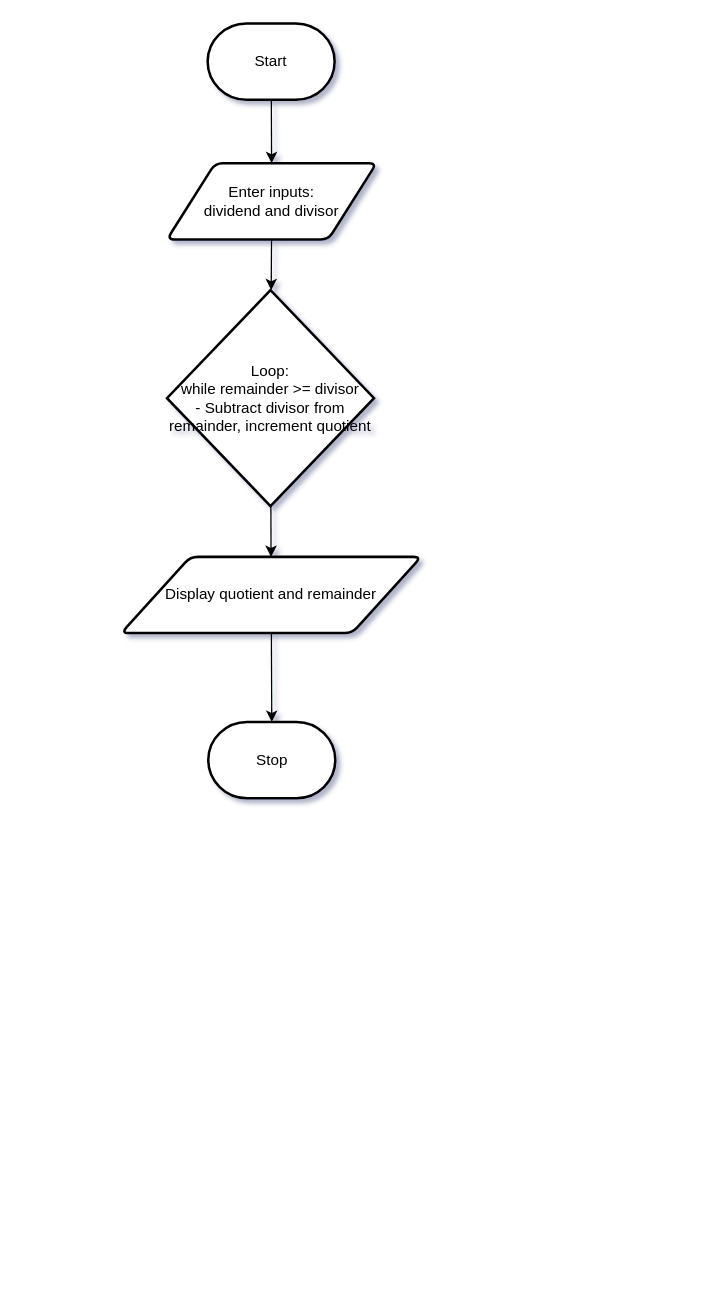
This is design/flowchart.drawio from MTHS-ICD2O-1-2023/ICD2O-Unit-5-08-tymofii-stepanov, a draw.io file, before an edit. Source tidied: cells renumbered, new cells numbered last; positions are measured from the earlier drawing's top-left corner, leaving out a move shared by most shapes. Both pictures are drawn from the tidied source at 127%, with x=0, y=0 at pixel (121, 23).
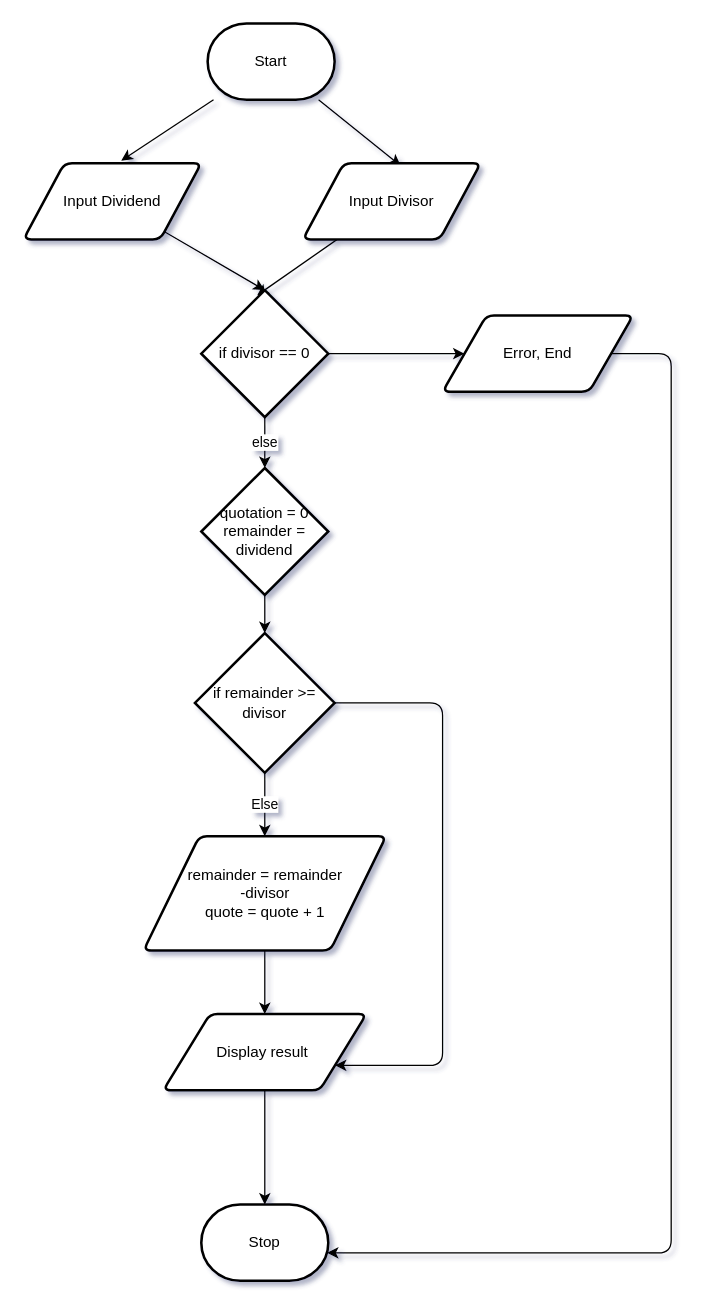
The same diagram, later.

Unchanged cells that the change refers to:
```xml
<mxCell id="3" value="Start" style="strokeWidth=2;html=1;shape=mxgraph.flowchart.terminator;whiteSpace=wrap;" parent="1" vertex="1">
  <mxGeometry x="68" width="100" height="60" as="geometry" />
</mxCell>
```

The edit, as a diff of the source:
```diff
@@
-    <mxCell id="2" style="edgeStyle=none;html=1;" parent="1" edge="1" source="3" target="6">
-      <mxGeometry relative="1" as="geometry" />
-    </mxCell>
+    <mxCell id="12" style="edgeStyle=none;html=1;entryX=0.55;entryY=0.033;entryDx=0;entryDy=0;entryPerimeter=0;" parent="1" edge="1" source="3" target="16">
+      <mxGeometry relative="1" as="geometry" />
+    </mxCell>
+    <mxCell id="13" style="edgeStyle=none;html=1;entryX=0.55;entryY=-0.033;entryDx=0;entryDy=0;entryPerimeter=0;" parent="1" edge="1" source="3" target="10">
+      <mxGeometry relative="1" as="geometry" />
+    </mxCell>
@@
     <mxCell id="4" value="Stop" style="strokeWidth=2;html=1;shape=mxgraph.flowchart.terminator;whiteSpace=wrap;" parent="1" vertex="1">
-      <mxGeometry x="68.5" y="550" width="100" height="60" as="geometry" />
+      <mxGeometry x="63" y="930" width="100" height="60" as="geometry" />
     </mxCell>
-    <mxCell id="5" style="edgeStyle=none;html=1;" parent="1" edge="1" source="6" target="9">
-      <mxGeometry relative="1" as="geometry" />
-    </mxCell>
-    <mxCell id="6" value="Enter inputs:&lt;br&gt;dividend and divisor" style="shape=parallelogram;html=1;strokeWidth=2;perimeter=parallelogramPerimeter;whiteSpace=wrap;rounded=1;arcSize=12;size=0.23;" parent="1" vertex="1">
-      <mxGeometry x="36" y="110" width="165" height="60" as="geometry" />
-    </mxCell>
-    <mxCell id="7" style="edgeStyle=none;html=1;" parent="1" edge="1" source="9">
-      <mxGeometry relative="1" as="geometry">
-        <mxPoint x="118" y="360" as="targetPoint" />
-      </mxGeometry>
-    </mxCell>
-    <mxCell id="8" style="edgeStyle=none;html=1;" parent="1" edge="1" source="9" target="11">
-      <mxGeometry relative="1" as="geometry" />
-    </mxCell>
-    <mxCell id="9" value="&lt;div&gt;Loop:&lt;/div&gt;&lt;div&gt;while remainder &amp;gt;= divisor&lt;/div&gt;&lt;div&gt;- Subtract divisor from remainder, increment quotient&lt;/div&gt;" style="strokeWidth=2;html=1;shape=mxgraph.flowchart.decision;whiteSpace=wrap;" parent="1" vertex="1">
-      <mxGeometry x="36" y="210" width="163" height="170" as="geometry" />
-    </mxCell>
+    <mxCell id="14" style="edgeStyle=none;html=1;entryX=0.5;entryY=0;entryDx=0;entryDy=0;entryPerimeter=0;" parent="1" edge="1" source="10" target="19">
+      <mxGeometry relative="1" as="geometry" />
+    </mxCell>
-    <mxCell id="10" style="edgeStyle=none;html=1;entryX=0.5;entryY=0;entryDx=0;entryDy=0;entryPerimeter=0;" parent="1" edge="1" source="11" target="4">
-      <mxGeometry relative="1" as="geometry" />
+    <mxCell id="10" value="Input Dividend" style="shape=parallelogram;html=1;strokeWidth=2;perimeter=parallelogramPerimeter;whiteSpace=wrap;rounded=1;arcSize=12;size=0.23;" parent="1" vertex="1">
+      <mxGeometry x="-77" y="110" width="140" height="60" as="geometry" />
     </mxCell>
-    <mxCell id="11" value="Display quotient and remainder" style="shape=parallelogram;html=1;strokeWidth=2;perimeter=parallelogramPerimeter;whiteSpace=wrap;rounded=1;arcSize=12;size=0.23;" parent="1" vertex="1">
-      <mxGeometry y="420" width="236.1" height="60" as="geometry" />
-    </mxCell>
+    <mxCell id="15" style="edgeStyle=none;html=1;entryX=0.44;entryY=0.04;entryDx=0;entryDy=0;entryPerimeter=0;" parent="1" edge="1" source="16" target="19">
+      <mxGeometry relative="1" as="geometry" />
+    </mxCell>
+    <mxCell id="16" value="Input Divisor" style="shape=parallelogram;html=1;strokeWidth=2;perimeter=parallelogramPerimeter;whiteSpace=wrap;rounded=1;arcSize=12;size=0.23;" parent="1" vertex="1">
+      <mxGeometry x="143" y="110" width="140" height="60" as="geometry" />
+    </mxCell>
+    <mxCell id="17" style="edgeStyle=none;html=1;entryX=0;entryY=0.5;entryDx=0;entryDy=0;" parent="1" edge="1" source="19" target="21">
+      <mxGeometry relative="1" as="geometry" />
+    </mxCell>
+    <mxCell id="18" value="else" style="edgeStyle=none;html=1;entryX=0.5;entryY=0;entryDx=0;entryDy=0;entryPerimeter=0;" parent="1" edge="1" source="19" target="23">
+      <mxGeometry relative="1" as="geometry" />
+    </mxCell>
+    <mxCell id="19" value="if divisor == 0" style="strokeWidth=2;html=1;shape=mxgraph.flowchart.decision;whiteSpace=wrap;" parent="1" vertex="1">
+      <mxGeometry x="63" y="210" width="100" height="100" as="geometry" />
+    </mxCell>
+    <mxCell id="20" style="edgeStyle=orthogonalEdgeStyle;html=1;entryX=0.99;entryY=0.633;entryDx=0;entryDy=0;entryPerimeter=0;" parent="1" edge="1" source="21" target="4">
+      <mxGeometry relative="1" as="geometry">
+        <Array as="points">
+          <mxPoint x="433" y="260" />
+          <mxPoint x="433" y="968" />
+        </Array>
+      </mxGeometry>
+    </mxCell>
+    <mxCell id="21" value="Error, End" style="shape=parallelogram;html=1;strokeWidth=2;perimeter=parallelogramPerimeter;whiteSpace=wrap;rounded=1;arcSize=12;size=0.23;" parent="1" vertex="1">
+      <mxGeometry x="253" y="230" width="150" height="60" as="geometry" />
+    </mxCell>
+    <mxCell id="22" style="edgeStyle=none;html=1;" parent="1" edge="1" source="23" target="26">
+      <mxGeometry relative="1" as="geometry" />
+    </mxCell>
+    <mxCell id="23" value="quotation = 0&lt;br&gt;remainder = dividend" style="strokeWidth=2;html=1;shape=mxgraph.flowchart.decision;whiteSpace=wrap;" parent="1" vertex="1">
+      <mxGeometry x="63" y="350" width="100" height="100" as="geometry" />
+    </mxCell>
+    <mxCell id="24" style="edgeStyle=orthogonalEdgeStyle;html=1;entryX=1;entryY=0.75;entryDx=0;entryDy=0;" parent="1" edge="1" source="26" target="28">
+      <mxGeometry relative="1" as="geometry">
+        <Array as="points">
+          <mxPoint x="253" y="535" />
+          <mxPoint x="253" y="820" />
+        </Array>
+      </mxGeometry>
+    </mxCell>
+    <mxCell id="25" value="Else" style="html=1;" parent="1" edge="1" source="26" target="30">
+      <mxGeometry relative="1" as="geometry" />
+    </mxCell>
+    <mxCell id="26" value="if remainder &amp;gt;= divisor" style="strokeWidth=2;html=1;shape=mxgraph.flowchart.decision;whiteSpace=wrap;" parent="1" vertex="1">
+      <mxGeometry x="58" y="480" width="110" height="110" as="geometry" />
+    </mxCell>
+    <mxCell id="27" style="edgeStyle=orthogonalEdgeStyle;html=1;entryX=0.5;entryY=0;entryDx=0;entryDy=0;entryPerimeter=0;" parent="1" edge="1" source="28" target="4">
+      <mxGeometry relative="1" as="geometry" />
+    </mxCell>
+    <mxCell id="28" value="Display result&amp;nbsp;" style="shape=parallelogram;html=1;strokeWidth=2;perimeter=parallelogramPerimeter;whiteSpace=wrap;rounded=1;arcSize=12;size=0.23;" parent="1" vertex="1">
+      <mxGeometry x="33" y="780" width="160" height="60" as="geometry" />
+    </mxCell>
+    <mxCell id="29" style="edgeStyle=none;html=1;" parent="1" edge="1" source="30" target="28">
+      <mxGeometry relative="1" as="geometry" />
+    </mxCell>
+    <mxCell id="30" value="remainder = remainder&lt;br&gt;-divisor&lt;br&gt;quote = quote + 1" style="shape=parallelogram;html=1;strokeWidth=2;perimeter=parallelogramPerimeter;whiteSpace=wrap;rounded=1;arcSize=12;size=0.23;" parent="1" vertex="1">
+      <mxGeometry x="17.5" y="640" width="191" height="90" as="geometry" />
+    </mxCell>
```
